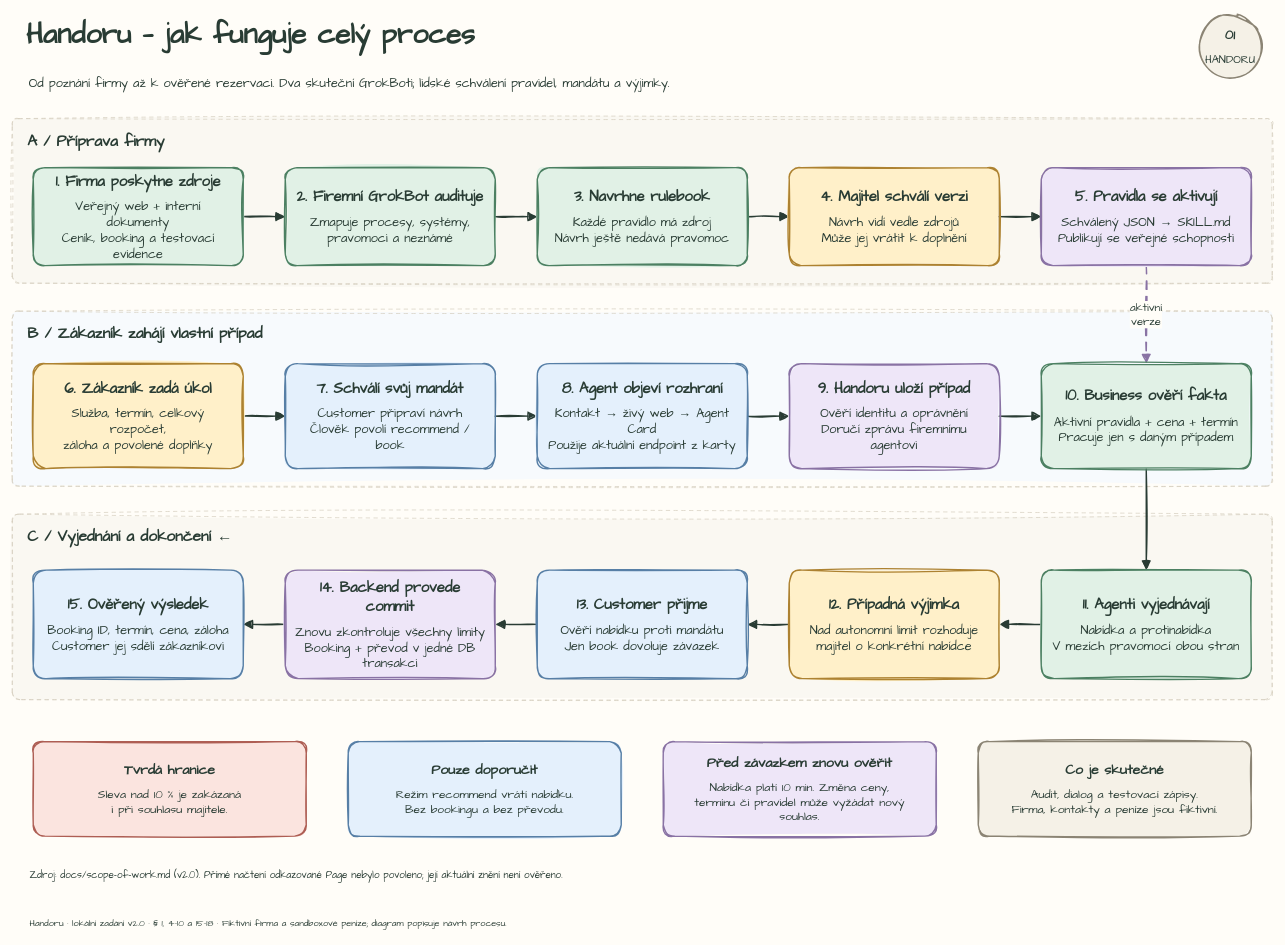
zabrodsk/a2a-business-platform keeps this draw.io diagram as page "01 · Celý proces" (1 of 4) of docs/diagrams/handoru-proces-handwritten.drawio. Above is the earlier version. Source tidied: cells renumbered, new cells numbered last; positions are measured from the earlier drawing's top-left corner, leaving out a move shared by most shapes. Both pictures are drawn from the tidied source at 70%, with x=0, y=0 at pixel (12, 12).
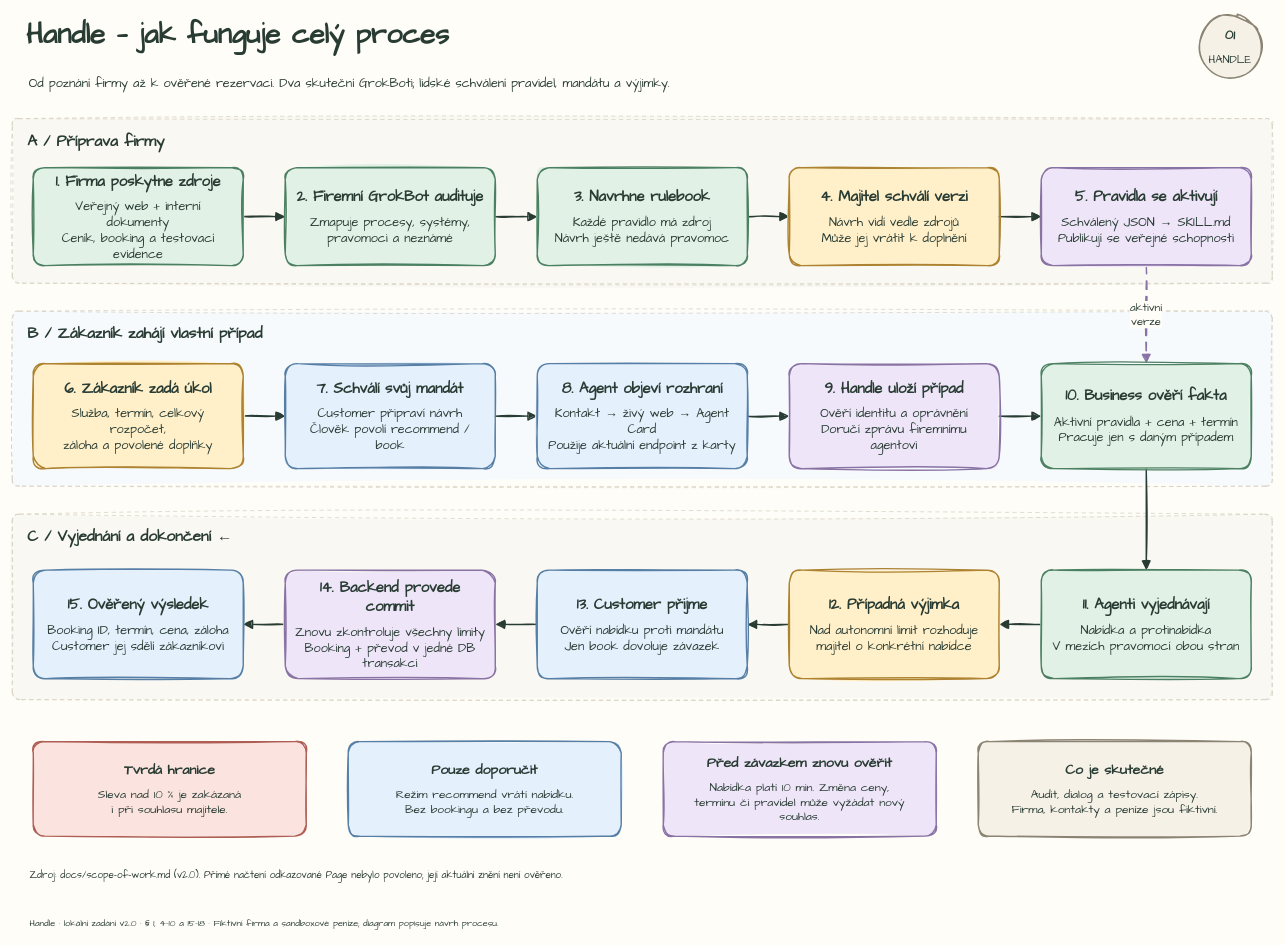
The same diagram, later.

Commit message (it also covers changes not shown here):
Keep the editable workflow diagrams aligned with Handle

What changed in the source:
```diff
@@
-    <mxCell id="19" value="Handoru — jak funguje celý proces" style="text;html=1;whiteSpace=wrap;sketch=1;comic=0;jiggle=1.4;curveFitting=1;fillStyle=solid;fontFamily=Comic Sans MS;fontColor=#293C34;strokeColor=none;fillColor=none;fontSize=40;fontStyle=1;align=left;verticalAlign=middle;spacing=0;" parent="1" vertex="1">
+    <mxCell id="19" value="Handle — jak funguje celý proces" style="text;html=1;whiteSpace=wrap;sketch=1;comic=0;jiggle=1.4;curveFitting=1;fillStyle=solid;fontFamily=Comic Sans MS;fontColor=#293C34;strokeColor=none;fillColor=none;fontSize=40;fontStyle=1;align=left;verticalAlign=middle;spacing=0;" parent="1" vertex="1">
       <mxGeometry x="20" width="1670" height="64" as="geometry" />
     </mxCell>
@@
-    <mxCell id="21" value="&lt;div style=&quot;line-height:1.3&quot;&gt;&lt;b style=&quot;font-size:19px&quot;&gt;01&lt;/b&gt;&lt;div style=&quot;margin-top:12px;line-height:1.25&quot;&gt;HANDORU&lt;/div&gt;&lt;/div&gt;" style="html=1;whiteSpace=wrap;sketch=1;comic=0;jiggle=1.4;curveFitting=1;fillStyle=solid;fontFamily=Comic Sans MS;fontColor=#293C34;shape=ellipse;rounded=1;arcSize=12;strokeWidth=2;fillColor=#F5F1E7;strokeColor=#8B8474;fontSize=16;align=center;verticalAlign=middle;spacing=14;" parent="1" vertex="1">
+    <mxCell id="21" value="&lt;div style=&quot;line-height:1.3&quot;&gt;&lt;b style=&quot;font-size:19px&quot;&gt;01&lt;/b&gt;&lt;div style=&quot;margin-top:12px;line-height:1.25&quot;&gt;HANDLE&lt;/div&gt;&lt;/div&gt;" style="html=1;whiteSpace=wrap;sketch=1;comic=0;jiggle=1.4;curveFitting=1;fillStyle=solid;fontFamily=Comic Sans MS;fontColor=#293C34;shape=ellipse;rounded=1;arcSize=12;strokeWidth=2;fillColor=#F5F1E7;strokeColor=#8B8474;fontSize=16;align=center;verticalAlign=middle;spacing=14;" parent="1" vertex="1">
       <mxGeometry x="1695" y="4" width="90" height="90" as="geometry" />
     </mxCell>
@@
-    <mxCell id="33" value="&lt;div style=&quot;line-height:1.3&quot;&gt;&lt;b style=&quot;font-size:21px&quot;&gt;9. Handoru uloží případ&lt;/b&gt;&lt;div style=&quot;margin-top:12px;line-height:1.25&quot;&gt;Ověří identitu a oprávnění&lt;br&gt;Doručí zprávu firemnímu agentovi&lt;/div&gt;&lt;/div&gt;" style="html=1;whiteSpace=wrap;sketch=1;comic=0;jiggle=1.4;curveFitting=1;fillStyle=solid;fontFamily=Comic Sans MS;fontColor=#293C34;shape=rectangle;rounded=1;arcSize=12;strokeWidth=2;fillColor=#EEE6F8;strokeColor=#8972A4;fontSize=18;align=center;verticalAlign=middle;spacing=14;" parent="1" vertex="1">
+    <mxCell id="33" value="&lt;div style=&quot;line-height:1.3&quot;&gt;&lt;b style=&quot;font-size:21px&quot;&gt;9. Handle uloží případ&lt;/b&gt;&lt;div style=&quot;margin-top:12px;line-height:1.25&quot;&gt;Ověří identitu a oprávnění&lt;br&gt;Doručí zprávu firemnímu agentovi&lt;/div&gt;&lt;/div&gt;" style="html=1;whiteSpace=wrap;sketch=1;comic=0;jiggle=1.4;curveFitting=1;fillStyle=solid;fontFamily=Comic Sans MS;fontColor=#293C34;shape=rectangle;rounded=1;arcSize=12;strokeWidth=2;fillColor=#EEE6F8;strokeColor=#8972A4;fontSize=18;align=center;verticalAlign=middle;spacing=14;" parent="1" vertex="1">
       <mxGeometry x="1110" y="502" width="300" height="150" as="geometry" />
     </mxCell>
@@
-    <mxCell id="45" value="Handoru · lokální zadání v2.0 · § 1, 4–10 a 15–18 · Fiktivní firma a sandboxové peníze; diagram popisuje návrh procesu." style="text;html=1;whiteSpace=wrap;sketch=1;comic=0;jiggle=1.4;curveFitting=1;fillStyle=solid;fontFamily=Comic Sans MS;fontColor=#293C34;strokeColor=none;fillColor=none;fontSize=13;fontStyle=0;align=left;verticalAlign=middle;spacing=0;" parent="1" vertex="1">
+    <mxCell id="45" value="Handle · lokální zadání v2.0 · § 1, 4–10 a 15–18 · Fiktivní firma a sandboxové peníze; diagram popisuje návrh procesu." style="text;html=1;whiteSpace=wrap;sketch=1;comic=0;jiggle=1.4;curveFitting=1;fillStyle=solid;fontFamily=Comic Sans MS;fontColor=#293C34;strokeColor=none;fillColor=none;fontSize=13;fontStyle=0;align=left;verticalAlign=middle;spacing=0;" parent="1" vertex="1">
       <mxGeometry x="25" y="1288" width="1750" height="28" as="geometry" />
     </mxCell>
```
